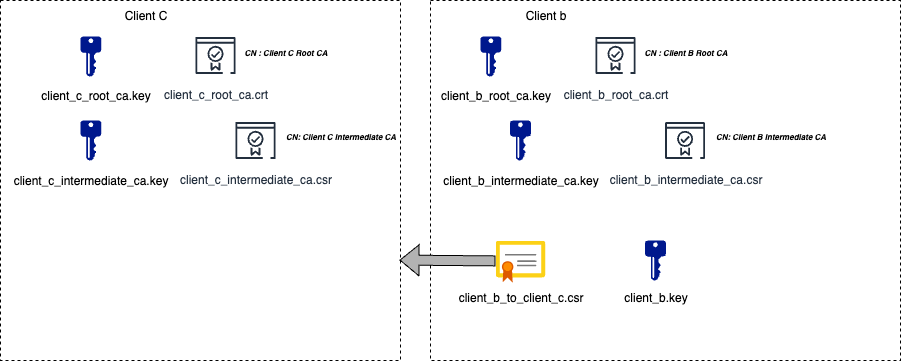
Earlier version of the draw.io export assets/security/step5.png (le-moment-it/wiki). Source tidied: cells renumbered, new cells last; positions are measured from the earlier drawing's top-left corner, leaving out a move shared by most shapes.
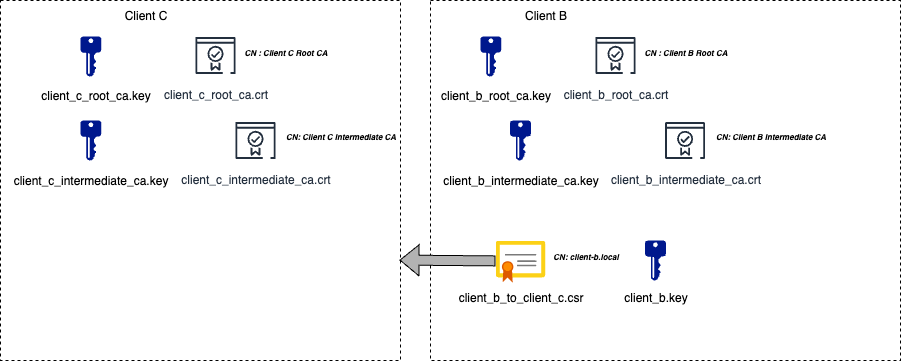
Later version of the same file.

The edit, as a diff of the source:
```diff
@@ -23,8 +23,8 @@
     <mxCell id="8" style="rounded=0;whiteSpace=wrap;html=1;strokeColor=default;fillColor=none;dashed=1;" parent="1" vertex="1">
       <mxGeometry x="430" width="470" height="360" as="geometry" />
     </mxCell>
-    <mxCell id="9" value="Client b" style="text;html=1;align=center;verticalAlign=middle;strokeColor=none;fillColor=none;" parent="1" vertex="1">
-      <mxGeometry x="515" width="60" height="30" as="geometry" />
+    <mxCell id="9" value="Client B" style="text;html=1;align=center;verticalAlign=middle;strokeColor=none;fillColor=none;" parent="1" vertex="1">
+      <mxGeometry x="510" width="70" height="30" as="geometry" />
     </mxCell>
     <mxCell id="10" style="sketch=0;shadow=0;dashed=0;html=1;strokeColor=none;labelPosition=center;verticalLabelPosition=bottom;verticalAlign=top;align=center;fillColor=#00188D;shape=mxgraph.mscae.enterprise.key_permissions;" parent="1" vertex="1">
       <mxGeometry x="480" y="36" width="20.8" height="40" as="geometry" />
@@ -44,7 +44,7 @@
     <mxCell id="15" value="client_c_intermediate_ca.key" style="text;html=1;align=center;verticalAlign=middle;strokeColor=none;fillColor=none;" parent="1" vertex="1">
       <mxGeometry x="0.4" y="165" width="180" height="30" as="geometry" />
     </mxCell>
-    <mxCell id="16" value="client_c_intermediate_ca.csr" style="sketch=0;fontColor=#232F3E;gradientColor=none;strokeColor=#232F3E;fillColor=#ffffff;dashed=0;verticalLabelPosition=bottom;verticalAlign=top;align=center;html=1;fontSize=12;fontStyle=0;shape=mxgraph.aws4.resourceIcon;resIcon=mxgraph.aws4.certificate_manager_2;" parent="1" vertex="1">
+    <mxCell id="16" value="client_c_intermediate_ca.crt" style="sketch=0;fontColor=#232F3E;gradientColor=none;strokeColor=#232F3E;fillColor=#ffffff;dashed=0;verticalLabelPosition=bottom;verticalAlign=top;align=center;html=1;fontSize=12;fontStyle=0;shape=mxgraph.aws4.resourceIcon;resIcon=mxgraph.aws4.certificate_manager_2;" parent="1" vertex="1">
       <mxGeometry x="230" y="115" width="50" height="50" as="geometry" />
     </mxCell>
     <mxCell id="17" value="&lt;span style=&quot;font-size: 8px;&quot;&gt;&lt;b&gt;&lt;i&gt;CN: Client C Intermediate CA&lt;/i&gt;&lt;/b&gt;&lt;/span&gt;" style="text;html=1;align=center;verticalAlign=middle;strokeColor=none;fillColor=none;" parent="1" vertex="1">
@@ -56,7 +56,7 @@
     <mxCell id="19" value="client_b_intermediate_ca.key" style="text;html=1;align=center;verticalAlign=middle;strokeColor=none;fillColor=none;" parent="1" vertex="1">
       <mxGeometry x="430" y="165" width="180" height="30" as="geometry" />
     </mxCell>
-    <mxCell id="20" value="client_b_intermediate_ca.csr" style="sketch=0;fontColor=#232F3E;gradientColor=none;strokeColor=#232F3E;fillColor=#ffffff;dashed=0;verticalLabelPosition=bottom;verticalAlign=top;align=center;html=1;fontSize=12;fontStyle=0;shape=mxgraph.aws4.resourceIcon;resIcon=mxgraph.aws4.certificate_manager_2;" parent="1" vertex="1">
+    <mxCell id="20" value="client_b_intermediate_ca.crt" style="sketch=0;fontColor=#232F3E;gradientColor=none;strokeColor=#232F3E;fillColor=#ffffff;dashed=0;verticalLabelPosition=bottom;verticalAlign=top;align=center;html=1;fontSize=12;fontStyle=0;shape=mxgraph.aws4.resourceIcon;resIcon=mxgraph.aws4.certificate_manager_2;" parent="1" vertex="1">
       <mxGeometry x="659.6" y="115" width="50" height="50" as="geometry" />
     </mxCell>
     <mxCell id="21" value="&lt;span style=&quot;font-size: 8px;&quot;&gt;&lt;b&gt;&lt;i&gt;CN: Client B Intermediate CA&lt;/i&gt;&lt;/b&gt;&lt;/span&gt;" style="text;html=1;align=center;verticalAlign=middle;strokeColor=none;fillColor=none;" parent="1" vertex="1">
@@ -80,5 +80,8 @@
         <mxPoint x="399" y="259.6" as="targetPoint" />
       </mxGeometry>
     </mxCell>
+    <mxCell id="27" value="&lt;span style=&quot;font-size: 8px;&quot;&gt;&lt;b&gt;&lt;i&gt;CN: client-b.local&lt;/i&gt;&lt;/b&gt;&lt;/span&gt;" style="text;html=1;align=center;verticalAlign=middle;strokeColor=none;fillColor=none;" parent="1" vertex="1">
+      <mxGeometry x="540" y="240" width="90" height="30" as="geometry" />
+    </mxCell>
   </root>
 </mxGraphModel>
```
